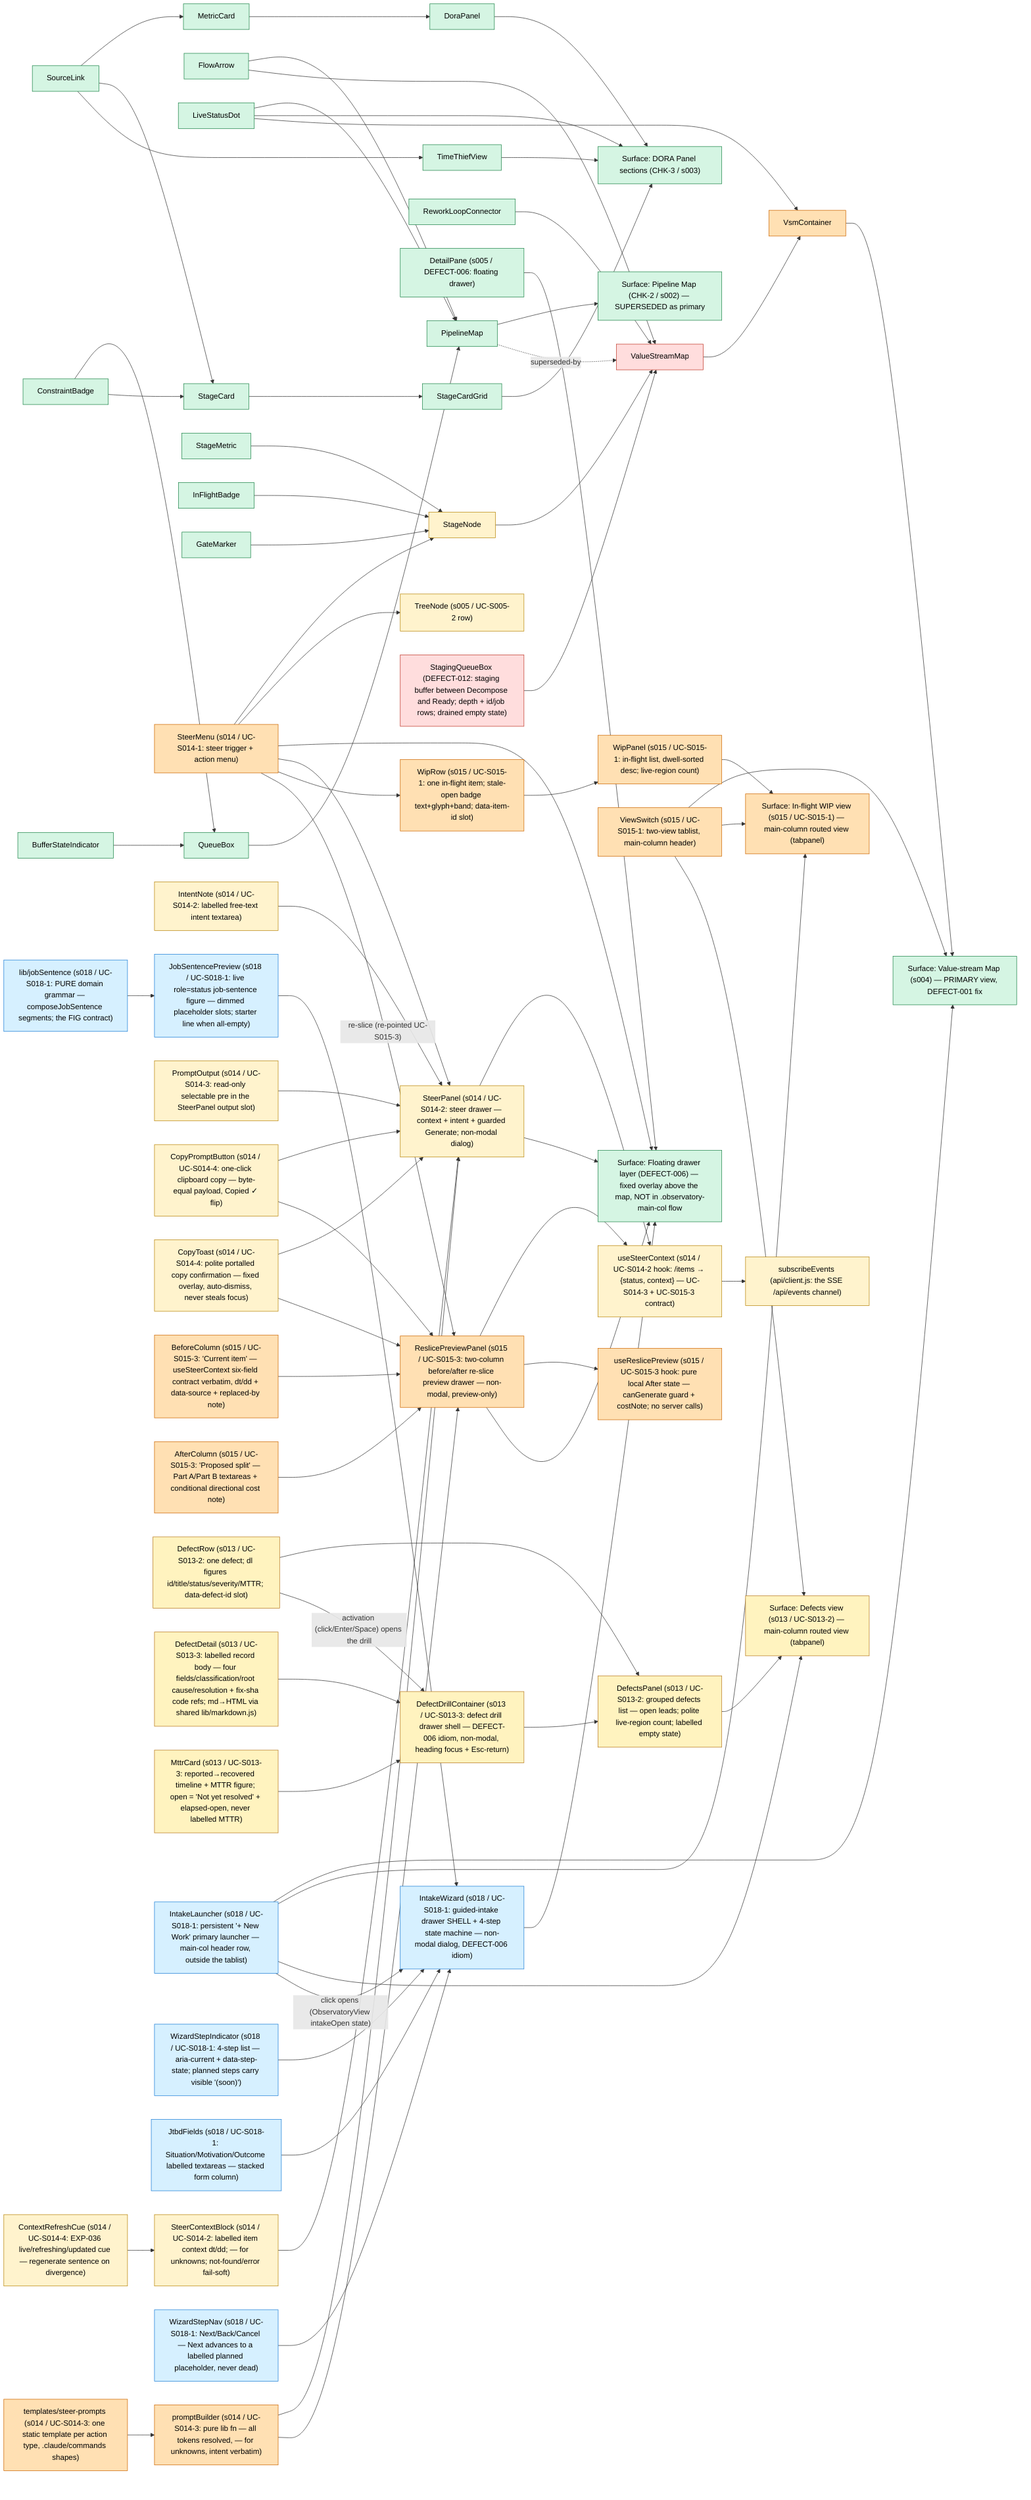
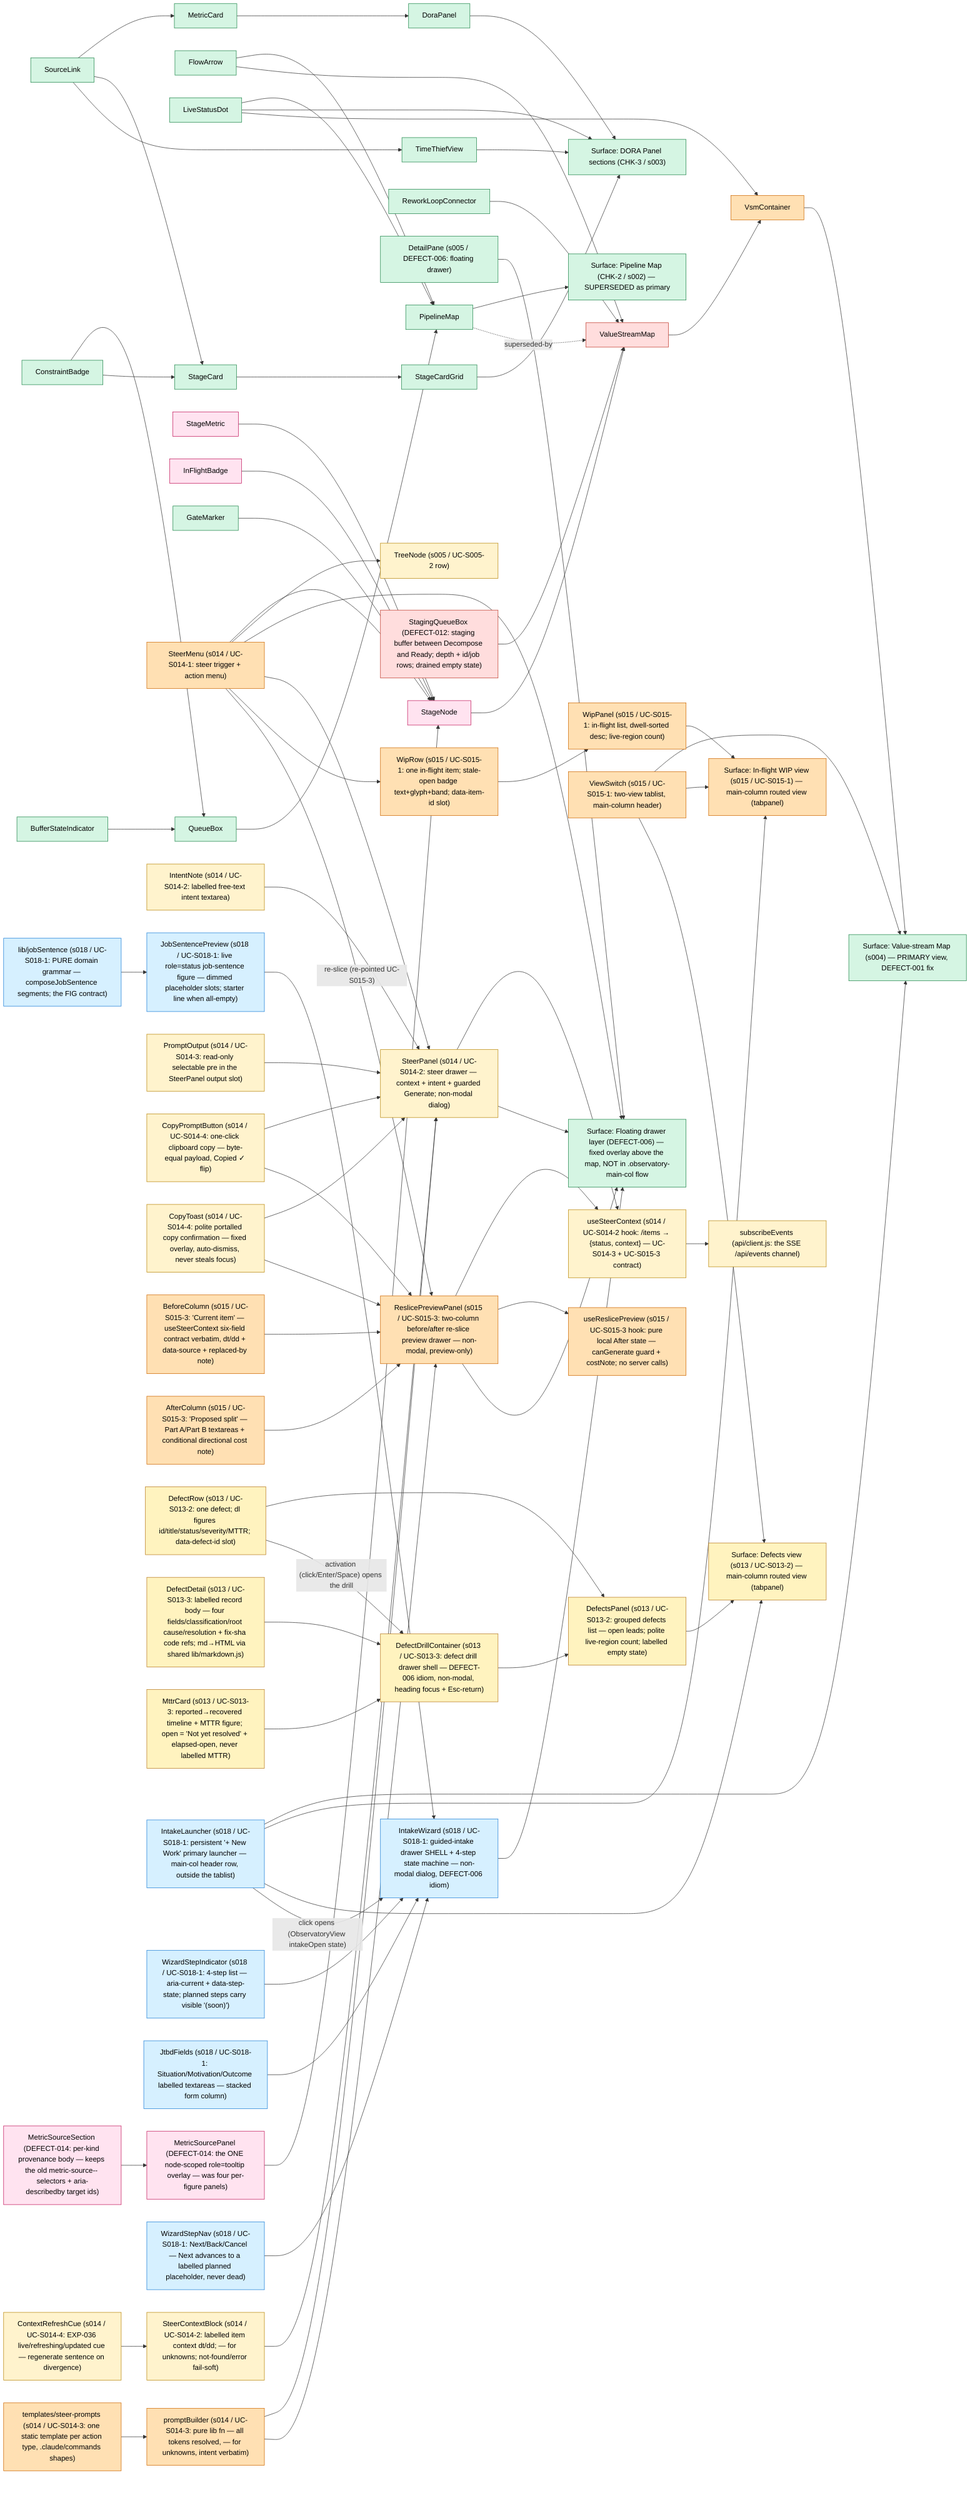
%% Observatory UI change-impact model — design-system components -> surfaces that use them.
%% Owner: ui-designer. Edges = "used by". Nodes/edges added or re-pointed in a commit
%% are marked `class ... changed` in the SAME commit; the tester consumes the marks
%% as the UI test-plan input, then they are cleared at slice delivery.
%% Seeded: s002-pipeline-map (CHK-2) — DELIVERED 2026-06-09T02:22:00Z; all nodes stable.
graph LR
  %% --- surfaces ---
  PipelineMapScreen["Surface: Pipeline Map (CHK-2 / s002) — SUPERSEDED as primary"]
  DoraPanelScreen["Surface: DORA Panel sections (CHK-3 / s003)"]
  ValueStreamScreen["Surface: Value-stream Map (s004) — PRIMARY view, DEFECT-001 fix"]
  ObservatoryDrawerLayer["Surface: Floating drawer layer (DEFECT-006) — fixed overlay above the map, NOT in .observatory-main-col flow"]

  %% --- design-system components ---
  PipelineMap["PipelineMap"]
  QueueBox["QueueBox"]
  BufferStateIndicator["BufferStateIndicator"]
  ConstraintBadge["ConstraintBadge"]
  FlowArrow["FlowArrow"]
  LiveStatusDot["LiveStatusDot"]
  DoraPanel["DoraPanel"]
  MetricCard["MetricCard"]
  StageCardGrid["StageCardGrid"]
  StageCard["StageCard"]
  TimeThiefView["TimeThiefView"]
  SourceLink["SourceLink"]
  %% s004 value-stream components (DEFECT-001 fix) — mounted as the PRIMARY view
  VsmContainer["VsmContainer"]
  ValueStreamMap["ValueStreamMap"]
  StageNode["StageNode"]
  StageMetric["StageMetric"]
  InFlightBadge["InFlightBadge"]
  GateMarker["GateMarker"]
  ReworkLoopConnector["ReworkLoopConnector"]

  %% --- used-by edges ---
  PipelineMap --> PipelineMapScreen
  QueueBox --> PipelineMap
  BufferStateIndicator --> QueueBox
  ConstraintBadge --> QueueBox
  FlowArrow --> PipelineMap
  LiveStatusDot --> PipelineMap
  %% CHK-3 (s003) used-by edges
  DoraPanel --> DoraPanelScreen
  StageCardGrid --> DoraPanelScreen
  TimeThiefView --> DoraPanelScreen
  MetricCard --> DoraPanel
  StageCard --> StageCardGrid
  ConstraintBadge --> StageCard
  SourceLink --> MetricCard
  SourceLink --> StageCard
  SourceLink --> TimeThiefView
  LiveStatusDot --> DoraPanelScreen
  %% s004 (DEFECT-001) used-by edges — the value-stream map becomes the primary surface.
  %% Runtime routing path: main.jsx mounts VsmContainer (NOT MapContainer) → ValueStreamMap.
  VsmContainer --> ValueStreamScreen
  ValueStreamMap --> VsmContainer
  StageNode --> ValueStreamMap
  StageMetric --> StageNode
  InFlightBadge --> StageNode
  GateMarker --> StageNode
  ReworkLoopConnector --> ValueStreamMap
  FlowArrow --> ValueStreamMap
  LiveStatusDot --> VsmContainer
  %% supersession: PipelineMap is no longer mounted as the primary view (still in tree, tested).
  PipelineMap -. superseded-by .-> ValueStreamMap

  %% DEFECT-006: DetailPane RE-POINTED — was an in-flow sibling of ValueStreamMap inside
  %% .observatory-main-col (reflowed the map); now a position:fixed floating drawer on its
  %% own overlay layer. The re-point is the regression-guard input for the tester (GEO-S005-3b).
  DetailPane["DetailPane (s005 / DEFECT-006: floating drawer)"]
  DetailPane --> ObservatoryDrawerLayer

  %% s014 / UC-S014-1: SteerMenu (NEW) — per-item steer trigger + body-portalled
  %% role=menu popover (4 action types). Composed READ-ONLY into the queue chips
  %% (StageNode) and the tree rows (TreeNode); onSteer(itemId, actionType) prop
  %% slot threads VsmContainer→ValueStreamMap→StageNode and WorkItemTree→TreeNode
  %% (no host logic change). The popover renders on the fixed-overlay layer
  %% (DEFECT-006 discipline) — zero flow height, own stacking context.
  %% NOTE for tester: trigger carries data-steer-item-id (NOT data-item-id — that
  %% stays the treeitem's unique selector); MetricSource reveal panels are now
  %% pointer-events:none so they cannot intercept clicks on the chips' triggers.
  TreeNode["TreeNode (s005 / UC-S005-2 row)"]
  SteerMenu["SteerMenu (s014 / UC-S014-1: steer trigger + action menu)"]
  SteerMenu --> StageNode
  SteerMenu --> TreeNode
  SteerMenu --> ObservatoryDrawerLayer

  %% s014 / UC-S014-2: SteerPanel (NEW) — the right-anchored NON-MODAL steer
  %% drawer the SteerMenu opens (DetailPane drawer IDIOM, not the component):
  %% position:fixed + portalled to document.body, z = --z-drawer + 1 (topmost
  %% over a co-open DetailPane). Regions: header → SteerContextBlock (labelled
  %% dt/dd context, data-source anchor) → IntentNote textarea → guarded
  %% "Generate prompt" (aria-disabled until ≥1 char) → UC-S014-3 output SLOT.
  %% Data: useSteerContext(itemId) fetches the EXISTING /items endpoint
  %% (READ-ONLY; no new route) → {status, context} — the contract UC-S014-3
  %% (promptBuilder) and UC-S015-3 (ReslicePreviewPanel) consume verbatim.
  %% RUNTIME ROUTING for the tester: ObservatoryView now OWNS the steer gesture
  %% — onSteer threads ObservatoryView→WorkItemTreeContainer→WorkItemTree→
  %% TreeNode→SteerMenu AND ObservatoryView→VsmContainer→ValueStreamMap→
  %% StageNode→SteerMenu (UC-S014-1's stub destination is now real); selection
  %% mounts SteerPanelContainer as a layout sibling (body-portalled overlay).
  %% Esc/×/Cancel close → focus RETURNS to the opening steer trigger.
  SteerPanel["SteerPanel (s014 / UC-S014-2: steer drawer — context + intent + guarded Generate; non-modal dialog)"]
  SteerContextBlock["SteerContextBlock (s014 / UC-S014-2: labelled item context dt/dd; — for unknowns; not-found/error fail-soft)"]
  IntentNote["IntentNote (s014 / UC-S014-2: labelled free-text intent textarea)"]
  UseSteerContext["useSteerContext (s014 / UC-S014-2 hook: /items → {status, context} — UC-S014-3 + UC-S015-3 contract)"]
  SteerMenu --> SteerPanel
  SteerPanel --> UseSteerContext
  SteerContextBlock --> SteerPanel
  IntentNote --> SteerPanel
  SteerPanel --> ObservatoryDrawerLayer

  %% s014 / UC-S014-3 THIS commit: promptBuilder (NEW) — PURE lib fn (steer
  %% action type + SteerContext + intent note → filled slash-command prompt;
  %% client-side only, NO server call on Generate). Templates are STATIC
  %% strings, one per action type, shapes matching the committed
  %% .claude/commands (/defect's four REAL fields expected/actual/intent/
  %% importance; /intake priority update; /slice-next re-slice; freeform
  %% custom). RUNTIME ROUTING for the tester: SteerPanelContainer (NOT
  %% ObservatoryView — untouched this UC) owns generation — panel onGenerate →
  %% buildPrompt → `prompt` prop → PromptOutput <pre> rendered INSIDE the
  %% UC-S014-2 reserved slot (prompt-output-slot). Output is SELECTABLE text
  %% (user-select: text); prompt carries item id WITH job sentence + operator
  %% intent VERBATIM, never raw row refs (no sourceRef path / row:N). Copy
  %% button/toast + SSE refresh are UC-S014-4 — pinned ABSENT by
  %% SteerPanelPrompt.test.jsx.
  PromptBuilder["promptBuilder (s014 / UC-S014-3: pure lib fn — all tokens resolved, — for unknowns, intent verbatim)"]
  SteerPromptTemplates["templates/steer-prompts (s014 / UC-S014-3: one static template per action type, .claude/commands shapes)"]
  PromptOutput["PromptOutput (s014 / UC-S014-3: read-only selectable pre in the SteerPanel output slot)"]
  PromptBuilder --> SteerPanel
  SteerPromptTemplates --> PromptBuilder
  PromptOutput --> SteerPanel

  %% s014 / UC-S014-4 THIS commit (part 1 — SSE seam): useSteerContext gains a
  %% DEBOUNCED subscribeEvents → in-place refresh (the useWipItems idiom): a
  %% relevant items.csv change frame re-fetches the context WITHOUT a loading
  %% reset (old context stays displayed; additive `refreshing` flag exposed for
  %% the ContextRefreshCue). Fail-soft without EventSource (jsdom → static).
  %% RUNTIME ROUTING for the tester: the refresh updates the CONTEXT BLOCK ONLY
  %% — prompt state lives in SteerPanelContainer and mutates exclusively on an
  %% explicit Generate press (PROMPT-FREEZE-1).
  SubscribeEvents["subscribeEvents (api/client.js: the SSE /api/events channel)"]
  UseSteerContext --> SubscribeEvents

  %% s014 / UC-S014-4 THIS commit (part 2 — copy + toast + cue; slice FINAL UC):
  %% CopyPromptButton (NEW) — one-click clipboard handoff INSIDE
  %% prompt-output-slot, AFTER the <pre> (tab order prompt → copy); copies the
  %% prompt prop BYTE-EQUAL to the displayed <pre> (PROMPT-COPY-1); label
  %% "Copy prompt" → "Copied ✓" (accessible name matches /copy/i in BOTH
  %% states); failed write shows NO success cue. CopyToast (NEW) — polite
  %% status region (role=status aria-live=polite), portalled to document.body
  %% + position:fixed (zero flow height — GEO-S014-4-1), auto-dismisses after
  %% --dur-toast (ONE new token), never takes focus. ContextRefreshCue (NEW) —
  %% the EXP-036 stale/live cue (LiveStatusDot idiom) on the context block:
  %% live/refreshing/updated; `updated` = "Context updated — regenerate to
  %% refresh the prompt" (the PROMPT-FREEZE-1 divergence signal; cue state is
  %% derived in SteerPanelContainer from `refreshing` + a context snapshot
  %% taken at the last Generate). RUNTIME ROUTING for the tester: SSE frame →
  %% useSteerContext refresh → context block re-renders IN PLACE; prompt state
  %% (SteerPanelContainer) is untouched — only an explicit Generate press
  %% rebuilds it. UC-S014-3's copy/toast ABSENT pins are FLIPPED in this
  %% commit (pin-flip ledger, ui-design.md UC-S014-4).
  CopyPromptButton["CopyPromptButton (s014 / UC-S014-4: one-click clipboard copy — byte-equal payload, Copied ✓ flip)"]
  CopyToast["CopyToast (s014 / UC-S014-4: polite portalled copy confirmation — fixed overlay, auto-dismiss, never steals focus)"]
  ContextRefreshCue["ContextRefreshCue (s014 / UC-S014-4: EXP-036 live/refreshing/updated cue — regenerate sentence on divergence)"]
  CopyPromptButton --> SteerPanel
  CopyToast --> SteerPanel
  ContextRefreshCue --> SteerContextBlock

  %% s015 / UC-S015-1: WIP navigation panel — ROUTED VIEW (EXP-016). ObservatoryView's
  %% main column gains a ViewSwitch tablist ("Pipeline" | "In-flight WIP") that swaps
  %% the column content between VsmContainer (default) and WipPanel. The two surfaces
  %% NEVER co-exist (inactive tabpanel is hidden AND empty → genuinely unmounted), so
  %% there is no overlay-reflow failure mode by construction (GEO-S015-1).
  %% RUNTIME ROUTING CHANGE for the tester: VsmContainer is now mounted CONDITIONALLY
  %% inside the pipeline tabpanel (was: unconditionally in .observatory-main-col) —
  %% GEO-S015-1 pins that switch-away-and-back restores a byte-identical VSM bbox.
  %% WipRow carries data-item-id — the composition slot UC-S015-2's SteerMenu reads.
  WipViewScreen["Surface: In-flight WIP view (s015 / UC-S015-1) — main-column routed view (tabpanel)"]
  ViewSwitch["ViewSwitch (s015 / UC-S015-1: two-view tablist, main-column header)"]
  WipPanel["WipPanel (s015 / UC-S015-1: in-flight list, dwell-sorted desc; live-region count)"]
  WipRow["WipRow (s015 / UC-S015-1: one in-flight item; stale-open badge text+glyph+band; data-item-id slot)"]
  ViewSwitch --> ValueStreamScreen
  ViewSwitch --> WipViewScreen
  WipPanel --> WipViewScreen
  WipRow --> WipPanel

  %% s015 / UC-S015-2 THIS commit: SteerMenu composed READ-ONLY into WipRow as the
  %% trailing row element (the TreeNode/StageNode idiom; trigger rides
  %% data-steer-item-id, the row keeps data-item-id unique). RUNTIME ROUTING for
  %% the tester: onSteer threads ObservatoryView→WipPanelContainer→WipPanel→
  %% WipRow→SteerMenu; ALL FOUR actions (incl. re-slice — explicit no-dead-end,
  %% interim until UC-S015-3 re-points that one branch) open the EXISTING
  %% SteerPanel with the item pre-loaded; close returns focus to the WIP-row trigger.
  SteerMenu --> WipRow

  %% s015 / UC-S015-3 THIS commit: ReslicePreviewPanel (NEW) — the two-column
  %% before/after re-slice preview drawer. SIBLING of SteerPanel in the SAME
  %% drawer family (steer-panel.css idiom REUSED: fixed + body-portalled +
  %% z-drawer+1, non-modal, focus move/return, Esc/×/Cancel) — style reuse,
  %% NOT component composition. Regions: h2 header → TWO-COLUMN body
  %% (BeforeColumn "Current item" = the useSteerContext six-field contract
  %% rendered VERBATIM, dt/dd + data-source | AfterColumn "Proposed split" =
  %% part-a-job/part-b-job textareas + directional cost note ONLY when both
  %% parts non-empty) → intent textarea → guarded "Looks right — generate
  %% prompt" (aria-disabled until ALL THREE fields non-empty) → reserved
  %% prompt-output-slot pinned EMPTY (prompt rendering is UC-S015-4).
  %% useReslicePreview (NEW hook) — PURE LOCAL After-state (no server calls).
  %% RUNTIME ROUTING CHANGE for the tester (RESLICE-DISPATCH-1): the
  %% ObservatoryView steer dispatch is RE-POINTED for ONE action —
  %% actionType==='re-slice' now mounts ReslicePreviewPanelContainer; the
  %% other three actions still mount SteerPanelContainer. Holds from EVERY
  %% SteerMenu origin (WIP row, tree row, VSM chip) — per-action, not
  %% per-origin. PREVIEW-ONLY: writes nothing; Generate's only output is the
  %% onGenerate({itemId, context, partAJob, partBJob, intentNote}) seam —
  %% UC-S015-4's verbatim input contract.
  ReslicePreviewPanel["ReslicePreviewPanel (s015 / UC-S015-3: two-column before/after re-slice preview drawer — non-modal, preview-only)"]
  BeforeColumn["BeforeColumn (s015 / UC-S015-3: 'Current item' — useSteerContext six-field contract verbatim, dt/dd + data-source + replaced-by note)"]
  AfterColumn["AfterColumn (s015 / UC-S015-3: 'Proposed split' — Part A/Part B textareas + conditional directional cost note)"]
  UseReslicePreview["useReslicePreview (s015 / UC-S015-3 hook: pure local After state — canGenerate guard + costNote; no server calls)"]
  BeforeColumn --> ReslicePreviewPanel
  AfterColumn --> ReslicePreviewPanel
  ReslicePreviewPanel --> UseSteerContext
  ReslicePreviewPanel --> UseReslicePreview
  ReslicePreviewPanel --> ObservatoryDrawerLayer
  %% the RE-POINTED dispatch edge: SteerMenu's re-slice action now lands here
  %% (the other three actions keep their SteerMenu --> SteerPanel adjacency).
  SteerMenu -- "re-slice (re-pointed UC-S015-3)" --> ReslicePreviewPanel

  %% s015 / UC-S015-4 THIS commit: the reserved prompt-output-slot is no longer
  %% pinned EMPTY — ReslicePreviewPanelContainer now OWNS prompt generation:
  %% on Generate it calls the ENRICHED buildPrompt('re-slice', context,
  %% intentNote, {partAJob, partBJob}) (PromptBuilder gained the optional 4th
  %% arg; templates/steer-prompts/re-slice.js gained the named
  %% RESLICE_SPLIT_TEMPLATE with {{part_a_job}}/{{part_b_job}} — the plain
  %% default export is byte-identical to s014, all 3-arg call sites unchanged)
  %% and renders the result into the slot via the s014 PromptOutput idiom
  %% (mono/40vh/selectable <pre>) with the DELIVERED CopyPromptButton +
  %% CopyToast REUSED (byte-equal clipboard, polite toast — not forked).
  %% PROMPT-FREEZE-1 inherited: prompt state lives in the container and
  %% mutates ONLY on an explicit Generate; SSE context refresh re-renders the
  %% Before column, never the prompt. NOTE for tester: the UC-S015-3 e2e pin
  %% "slot stays EMPTY after Generate" is FLIPPED (traceably, in
  %% reslice-preview.spec.js); content/GEO/copy pins live in
  %% e2e/reslice-prompt.spec.js + the REUSE_SERVER=1 real-data probe
  %% e2e/reslice-prompt-real-data.spec.js.
  PromptBuilder --> ReslicePreviewPanel
  CopyPromptButton --> ReslicePreviewPanel
  CopyToast --> ReslicePreviewPanel

  %% DEFECT-012: StagingQueueBox (NEW) — the staging buffer ("decomposed,
  %% awaiting triage") rendered INSIDE ValueStreamMap's queue lane BETWEEN the
  %% Decompose and Ready stage nodes, wrapped with two MiniArrows in the
  %% .staging-handoff flex item (replaces the old decompose→ready FlowArrow).
  %% Data: VsmContainer loads GET /queues/staging (getStagingQueue) and passes
  %% the {queue,depth,rows} envelope down; re-fetches on a staging.csv SSE frame.
  %% NOTE for tester: box is NOT focusable (A11Y-3 tab walk unchanged); testid
  %% staging-buffer (NOT stage-*); depth 0 renders an explicit drained state.
  StagingQueueBox["StagingQueueBox (DEFECT-012: staging buffer between Decompose and Ready; depth + id/job rows; drained empty state)"]
  StagingQueueBox --> ValueStreamMap

  %% s013 / UC-S013-2: Defects view — THIRD ROUTED VIEW in the main column.
  %% ViewSwitch (s015, EXTENDED — no fork: the TABS table grew to three; the
  %% active/onSelect contract is unchanged) now fans out to THREE view screens.
  %% DefectsPanel lists the /defects records grouped CONFIRMED-first then CLOSED
  %% (grouping/sort in useDefects — the panel is pure render); same hidden-AND-
  %% empty tabpanel discipline as the WIP view (GEO-S013-2-1: lossless switch).
  %% NOTE for tester: DefectRow carries data-defect-id (NOT data-item-id — that
  %% stays the tree/WIP unique contract) — the slot UC-S013-3's drill composes
  %% against. Open row cue = "OPEN" text + ⚠ glyph + --c-state-over band (never
  %% colour alone); ledger-only null severity renders "—"; open MTTR renders
  %% "open", never "0". Heading focus is a LAYOUT effect (sha 0c2b49c idiom —
  %% deterministic on mount, never racing a re-render).
  DefectsViewScreen["Surface: Defects view (s013 / UC-S013-2) — main-column routed view (tabpanel)"]
  DefectsPanel["DefectsPanel (s013 / UC-S013-2: grouped defects list — open leads; polite live-region count; labelled empty state)"]
  DefectRow["DefectRow (s013 / UC-S013-2: one defect; dl figures id/title/status/severity/MTTR; data-defect-id slot)"]
  ViewSwitch --> DefectsViewScreen
  DefectsPanel --> DefectsViewScreen
  DefectRow --> DefectsPanel

  %% s013 / UC-S013-3: defect drill-down + MTTR card. DefectDrillContainer is
  %% the THIRD consumer of the DEFECT-006 floating-drawer IDIOM (after
  %% DetailPane + SteerPanel) — position:fixed, body-portalled, drawer tokens,
  %% NON-modal; DetailPane.jsx itself NOT edited (item-coupled, read-only reuse
  %% slot shared with UC-S005-3). The drill is a PURE PROJECTION of the raw
  %% record the list hook already holds (record rides the DefectVM — no extra
  %% fetch, no server change). DefectDetail renders the seven md-bearing fields
  %% through the SHARED lib/markdown.js transform (mdToHtml FACTORED OUT of
  %% ArtifactView this commit — one markdown path in the codebase). MttrCard
  %% owns the duration humanisation (reuses formatMttr from useDefects);
  %% open state = "Not yet resolved" + elapsed figure NEVER labelled "MTTR".
  %% NOTE for tester: row trigger data-testid=defect-row-trigger (role=button,
  %% Enter+Space); data-defect-id continuity row → drawer; Esc/× returns focus
  %% to the originating row; GEO-S013-3-1 pure-overlay invariant.
  DefectDrillContainer["DefectDrillContainer (s013 / UC-S013-3: defect drill drawer shell — DEFECT-006 idiom, non-modal, heading focus + Esc-return)"]
  DefectDetail["DefectDetail (s013 / UC-S013-3: labelled record body — four fields/classification/root cause/resolution + fix-sha code refs; md→HTML via shared lib/markdown.js)"]
  MttrCard["MttrCard (s013 / UC-S013-3: reported→recovered timeline + MTTR figure; open = 'Not yet resolved' + elapsed-open, never labelled MTTR)"]
  DefectDetail --> DefectDrillContainer
  MttrCard --> DefectDrillContainer
  DefectRow -->|"activation (click/Enter/Space) opens the drill"| DefectDrillContainer
  DefectDrillContainer --> DefectsPanel

  %% s018 / UC-S018-1 THIS commit: guided cost-of-delay intake — wizard SHELL +
  %% JTBD step 1. IntakeLauncher (NEW) is a persistent primary button in the
  %% .observatory-main-col header ROW beside the ViewSwitch tablist (OUTSIDE
  %% role=tablist; the tablist keeps its pre-s018 left-anchored bbox — the
  %% launcher rides margin-left:auto on the RIGHT, a deliberate GEO-S018-1-3
  %% resolution of the ui-design left/right freedom). Persistent across ALL
  %% THREE routed views (it lives in the header, not a tabpanel). IntakeWizard
  %% (NEW) is the FIFTH consumer of the DEFECT-006 drawer idiom (css idiom
  %% reuse, NOT component composition): body-portalled fixed NON-modal dialog,
  %% z-drawer+1, --wizard-width (the ONE new token). It OWNS the 4-step state
  %% machine (the UC-S018-2/3/4 mount seam); step 1 built (JtbdFields three
  %% labelled textareas + JobSentencePreview role=status live figure fed by
  %% the PURE lib/jobSentence.js grammar — never "undefined"; all-empty →
  %% starter line); steps 2-4 planned-not-dead (Next → labelled
  %% wizard-step-placeholder, Back preserves the draft). NO-WRITE: step 1
  %% issues ZERO network calls of any kind (first read lands in UC-S018-3).
  %% RUNTIME ROUTING for the tester: ObservatoryView delta is MINIMAL — one
  %% intakeOpen useState + a header row wrapping [ViewSwitch][IntakeLauncher] +
  %% one conditional IntakeWizard drawer sibling; the view union / TABS /
  %% tabpanels are UNTOUCHED (pinned by ObservatoryViewIntake.test.jsx).
  %% Esc/×/Cancel close → focus returns to the launcher; heading focus on open.
  IntakeLauncher["IntakeLauncher (s018 / UC-S018-1: persistent '+ New Work' primary launcher — main-col header row, outside the tablist)"]
  IntakeWizard["IntakeWizard (s018 / UC-S018-1: guided-intake drawer SHELL + 4-step state machine — non-modal dialog, DEFECT-006 idiom)"]
  WizardStepIndicator["WizardStepIndicator (s018 / UC-S018-1: 4-step list — aria-current + data-step-state; planned steps carry visible '(soon)')"]
  JtbdFields["JtbdFields (s018 / UC-S018-1: Situation/Motivation/Outcome labelled textareas — stacked form column)"]
  JobSentencePreview["JobSentencePreview (s018 / UC-S018-1: live role=status job-sentence figure — dimmed placeholder slots; starter line when all-empty)"]
  WizardStepNav["WizardStepNav (s018 / UC-S018-1: Next/Back/Cancel — Next advances to a labelled planned placeholder, never dead)"]
  JobSentenceLib["lib/jobSentence (s018 / UC-S018-1: PURE domain grammar — composeJobSentence segments; the FIG contract)"]
  IntakeLauncher --> ValueStreamScreen
  IntakeLauncher --> WipViewScreen
  IntakeLauncher --> DefectsViewScreen
  IntakeLauncher -- "click opens (ObservatoryView intakeOpen state)" --> IntakeWizard
  IntakeWizard --> ObservatoryDrawerLayer
  WizardStepIndicator --> IntakeWizard
  JtbdFields --> IntakeWizard
  JobSentencePreview --> IntakeWizard
  WizardStepNav --> IntakeWizard
  JobSentenceLib --> JobSentencePreview

  classDef delivered fill:#d5f5e3,stroke:#1e8449,color:#000;
  %% CHK-3 (s003) DROPPED — scope absorbed into CHK-2 restated done-condition (s004 delivered).
  %% s004 DELIVERED 2026-06-10T11:00:00Z — CHK-2 done-condition MET.
  %% DEFECT-006 FIXED — DetailPane floating-drawer re-point delivered as part of s005 (CHK-4 done 2026-06-10T19:00:00Z).
  %% All of the above: s003-changed, s004changed, defect006changed marks cleared at their delivery.
  %% (ValueStreamMap moved to def012changed below — DEFECT-012 queue-lane re-route.)
-   class PipelineMapScreen,PipelineMap,QueueBox,BufferStateIndicator,ConstraintBadge,FlowArrow,LiveStatusDot,DoraPanelScreen,DoraPanel,MetricCard,StageCardGrid,StageCard,TimeThiefView,SourceLink,ValueStreamScreen,VsmContainer,StageMetric,InFlightBadge,GateMarker,ReworkLoopConnector,DetailPane,ObservatoryDrawerLayer delivered;
+   %% (StageMetric/InFlightBadge moved to def014changed below — per-figure
+   %% MetricSource render removed, aria-describedby now targets the shared panel's sections.)
+   class PipelineMapScreen,PipelineMap,QueueBox,BufferStateIndicator,ConstraintBadge,FlowArrow,LiveStatusDot,DoraPanelScreen,DoraPanel,MetricCard,StageCardGrid,StageCard,TimeThiefView,SourceLink,ValueStreamScreen,VsmContainer,GateMarker,ReworkLoopConnector,DetailPane,ObservatoryDrawerLayer delivered;
  %% s014 still in-flight: UC-S014-1+2 done but UC-S014-3/4 planned; SteerMenu+StageNode+TreeNode
  %% remain in blast radius for the remaining s014 UCs (prompt builder, clipboard/SSE).
  %% UC-S014-2 THIS commit: SteerPanel/SteerContextBlock/IntentNote/useSteerContext added;
  %% SteerMenu→SteerPanel edge made real (onSteer now opens the panel — ObservatoryView +
  %% WorkItemTreeContainer carry the pass-through). Tester UI test-plan input.
  %% Convention: s014changed cleared only at full s014 slice delivery after tester final sign-off.
  classDef s014changed fill:#fff3cd,stroke:#b8860b,color:#000;
  %% UC-S014-3 THIS commit: PromptBuilder/SteerPromptTemplates/PromptOutput added;
  %% SteerPanel + its container gained the prompt prop + generation wiring
  %% (ObservatoryView untouched). Tester UI test-plan input.
  %% UC-S014-4 part 1: SubscribeEvents node + UseSteerContext --> SubscribeEvents
  %% edge added (debounced SSE in-place refresh). Part 2: CopyPromptButton/
  %% CopyToast/ContextRefreshCue added (copy handoff + EXP-036 cue); SteerPanel
  %% gained toast state + refreshCue prop; SteerPanelContainer gained the
  %% PROMPT-FREEZE-1 snapshot + cue derivation. Tester UI test-plan input.
  %% UC-S015-4: PromptBuilder + SteerPromptTemplates MOVED to s015changed below
  %% (s014 delivered 2026-06-12T15:33Z; the re-slice template/builder extension
  %% is s015's change — tester test-plan input for THIS slice).
-   class SteerMenu,TreeNode,StageNode,SteerPanel,SteerContextBlock,IntentNote,UseSteerContext,PromptOutput,SubscribeEvents,CopyPromptButton,CopyToast,ContextRefreshCue s014changed;
+   %% (StageNode moved to def014changed below — s014 delivered 2026-06-12T15:33Z;
+   %% the composite source-panel reshape is DEF-014's change.)
+   class SteerMenu,TreeNode,SteerPanel,SteerContextBlock,IntentNote,UseSteerContext,PromptOutput,SubscribeEvents,CopyPromptButton,CopyToast,ContextRefreshCue s014changed;
  %% s015 / UC-S015-1 nodes added + VsmContainer re-pointed (conditional
  %% mount inside the pipeline tabpanel); UC-S015-2 adds the SteerMenu --> WipRow
  %% edge (trailing steer composition; SteerMenu joins the s015 blast radius —
  %% it keeps its s014changed mark, s014 still in flight, but the WipRow hosting
  %% edge is s015's). Tester UI test-plan input; cleared at s015 delivery after
  %% the tester consumes.
  classDef s015changed fill:#ffe0b3,stroke:#cc6600,color:#000;
  class WipViewScreen,ViewSwitch,WipPanel,WipRow,VsmContainer,SteerMenu s015changed;
  %% DEFECT-012 — StagingQueueBox added + ValueStreamMap queue lane re-routed
  %% (decompose→staging→ready connectors); cleared at delivery after the tester consumes.
  classDef def012changed fill:#fdd,stroke:#c0392b,color:#000;
  class StagingQueueBox,ValueStreamMap def012changed;
  %% s013 / UC-S013-2 — DefectsViewScreen/DefectsPanel/DefectRow added THIS commit;
  %% ViewSwitch EXTENDED to three tabs in the same commit (it keeps its s015changed
  %% mark — s015 is still in flight — but it IS in the s013 blast radius too: the
  %% ViewSwitch --> DefectsViewScreen edge above is s013's). Tester UI test-plan
  %% input; cleared at s013 delivery after the tester consumes.
  classDef s013changed fill:#fff3bf,stroke:#b7791f,color:#000;
  %% UC-S013-3 THIS commit — DefectDrillContainer/DefectDetail/MttrCard added;
  %% DefectRow activation edge wired (the reserved drill slot). Tester UI
  %% test-plan input; cleared at s013 delivery after the tester consumes.
  class DefectsViewScreen,DefectsPanel,DefectRow,DefectDrillContainer,DefectDetail,MttrCard s013changed;
  %% s015 / UC-S015-3 THIS commit — ReslicePreviewPanel/BeforeColumn/AfterColumn/
  %% UseReslicePreview added; the ObservatoryView re-slice dispatch branch
  %% RE-POINTED to ReslicePreviewPanel (SteerMenu -- re-slice --> ReslicePreviewPanel;
  %% the other three actions keep SteerMenu --> SteerPanel). UseSteerContext is in
  %% the UC-S015-3 blast radius too (Before-column reuse; it keeps its s014changed
  %% mark — s014 still in flight). Tester UI test-plan input; cleared at s015
  %% delivery after the tester consumes. (Separate class statement so parallel
  %% UC commits do not collide on one line.)
  class ReslicePreviewPanel,BeforeColumn,AfterColumn,UseReslicePreview s015changed;
  %% s015 / UC-S015-4 THIS commit — PromptBuilder EXTENDED (optional 4th arg
  %% {partAJob,partBJob}; re-slice picks the enriched template when a part is
  %% non-empty) + SteerPromptTemplates EXTENDED (named RESLICE_SPLIT_TEMPLATE;
  %% default export byte-identical to s014). Both MOVED out of s014changed
  %% (s014 delivered) into the s015 blast radius. ReslicePreviewPanel gained
  %% the prompt prop + slot rendering + copy/toast wiring; its container owns
  %% generation + PROMPT-FREEZE. New edges: PromptBuilder/CopyPromptButton/
  %% CopyToast --> ReslicePreviewPanel. Tester UI test-plan input; cleared at
  %% s015 delivery after the tester consumes. (Separate class statement so
  %% parallel UC commits do not collide on one line.)
  class PromptBuilder,SteerPromptTemplates s015changed;
  %% s018 / UC-S018-1 THIS commit — IntakeLauncher/IntakeWizard/
  %% WizardStepIndicator/JtbdFields/JobSentencePreview/WizardStepNav/
  %% JobSentenceLib added (see the s018 block above for the runtime routing).
  %% Tester UI test-plan input; cleared at s018 delivery after the tester
  %% consumes. (Separate class statement — parallel UC commits do not collide.)
  classDef s018changed fill:#d6f0ff,stroke:#1c7ed6,color:#000;
  class IntakeLauncher,IntakeWizard,WizardStepIndicator,JtbdFields,JobSentencePreview,WizardStepNav,JobSentenceLib s018changed;
+ 
+   %% DEFECT-014 THIS commit — node hover/focus+Enter used to open FOUR per-figure
+   %% MetricSource panels in an overlapping stack; ui-designer ruling (b): ONE
+   %% node-scoped composite panel with the four metrics SECTIONED. MetricSource.jsx
+   %% split into MetricSourcePanel (role=tooltip container, hidden from node `open`,
+   %% data-testid="metric-source-<stage>", pointer-events:none) + MetricSourceSection
+   %% (the old per-kind body; KEEPS data-testid="metric-source-<stage>-<kind>" and
+   %% the src-<stage>-<kind> id the metric values' aria-describedby points at).
+   %% EDGES REDIRECTED: StageMetric/InFlightBadge/QueueDepth --> MetricSource removed
+   %% (per-figure render gone); StageNode --> MetricSourcePanel added (one per node,
+   %% sibling of the figures list). Interaction state (hover/Enter/Space open;
+   %% Esc/leave/blur close; data-source-open attr) UNCHANGED at node level.
+   %% Tester selectors: metric-source-<stage> = the one panel; per-kind section,
+   %% source-file/source-event/summary selectors all unchanged. Tester UI
+   %% test-plan input; cleared at DEF-014 closure after the tester consumes.
+   MetricSourcePanel["MetricSourcePanel (DEFECT-014: the ONE node-scoped role=tooltip overlay — was four per-figure panels)"]
+   MetricSourceSection["MetricSourceSection (DEFECT-014: per-kind provenance body — keeps the old metric-source-<stage>-<kind> selectors + aria-describedby target ids)"]
+   MetricSourcePanel --> StageNode
+   MetricSourceSection --> MetricSourcePanel
+   classDef def014changed fill:#ffe3f0,stroke:#c2185b,color:#000;
+   class StageNode,StageMetric,InFlightBadge,MetricSourcePanel,MetricSourceSection def014changed;
